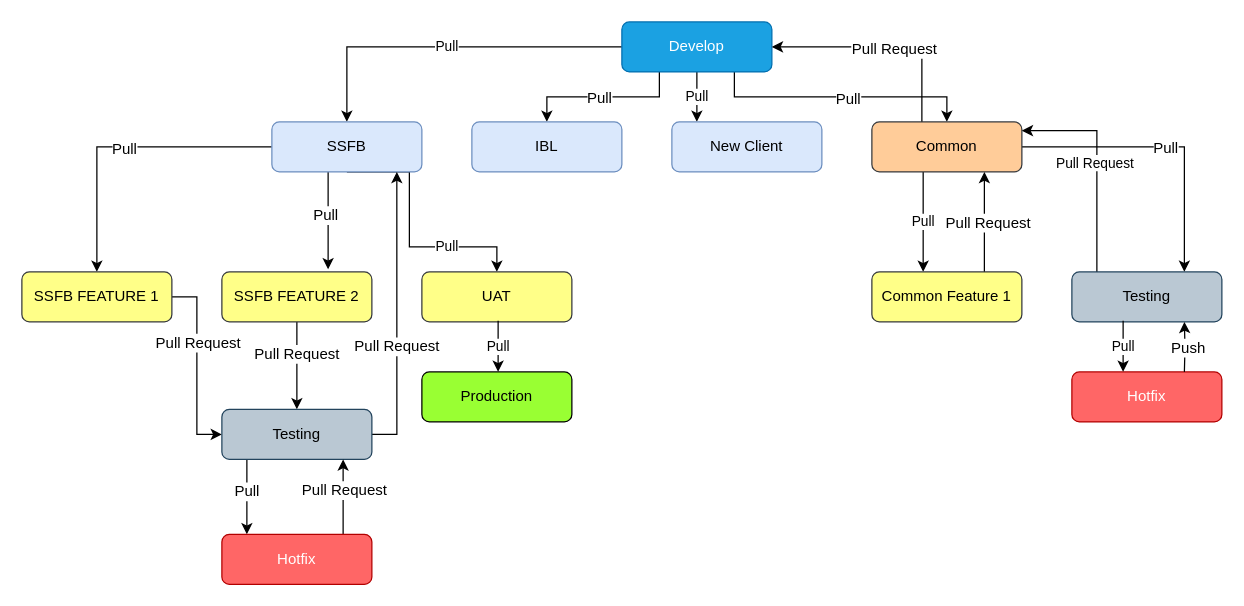
OmprakashAmarwal/Wireframes keeps this draw.io diagram as Git Project Branching.drawio. Above is the earlier version. Source tidied: cells renumbered, new cells numbered last; positions are measured from the earlier drawing's top-left corner, leaving out a move shared by most shapes. Both pictures are drawn from the tidied source at 125%, with x=0, y=0 at pixel (21, 21).
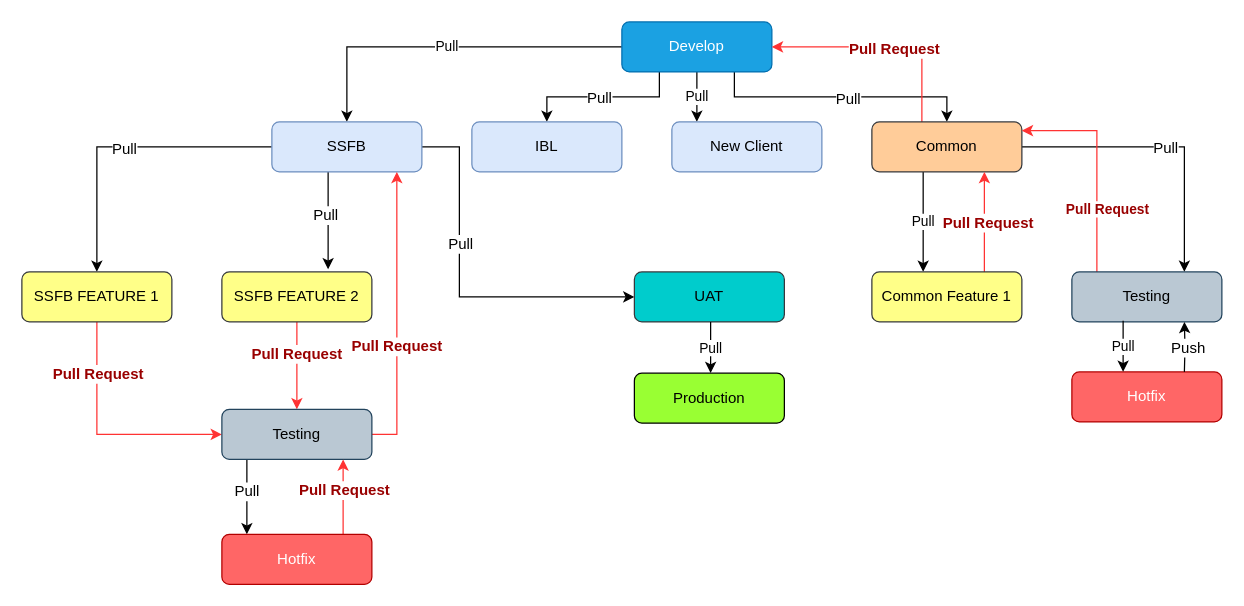
After the change.

The change refers to these unchanged cells:
```xml
<mxCell id="15" value="Common" style="rounded=1;whiteSpace=wrap;html=1;fontSize=12;glass=0;strokeWidth=1;shadow=0;fillColor=#ffcc99;strokeColor=#36393d;" parent="1" vertex="1">
  <mxGeometry x="680" y="80" width="120" height="40" as="geometry" />
</mxCell>
<mxCell id="17" value="Testing" style="rounded=1;whiteSpace=wrap;html=1;fontSize=12;glass=0;strokeWidth=1;shadow=0;fillColor=#bac8d3;strokeColor=#23445d;" parent="1" vertex="1">
  <mxGeometry x="840" y="200" width="120" height="40" as="geometry" />
</mxCell>
<mxCell id="21" value="Common Feature 1" style="rounded=1;whiteSpace=wrap;html=1;fontSize=12;glass=0;strokeWidth=1;shadow=0;fillColor=#ffff88;strokeColor=#36393d;" parent="1" vertex="1">
  <mxGeometry x="680" y="200" width="120" height="40" as="geometry" />
</mxCell>
<mxCell id="29" value="SSFB" style="rounded=1;whiteSpace=wrap;html=1;fontSize=12;glass=0;strokeWidth=1;shadow=0;fillColor=#dae8fc;strokeColor=#6c8ebf;" parent="1" vertex="1">
  <mxGeometry x="200" y="80" width="120" height="40" as="geometry" />
</mxCell>
<mxCell id="32" value="SSFB FEATURE 2" style="rounded=1;whiteSpace=wrap;html=1;fontSize=12;glass=0;strokeWidth=1;shadow=0;fillColor=#ffff88;strokeColor=#36393d;" parent="1" vertex="1">
  <mxGeometry x="160" y="200" width="120" height="40" as="geometry" />
</mxCell>
<mxCell id="36" value="SSFB FEATURE 1" style="rounded=1;whiteSpace=wrap;html=1;fontSize=12;glass=0;strokeWidth=1;shadow=0;fillColor=#ffff88;strokeColor=#36393d;" parent="1" vertex="1">
  <mxGeometry y="200" width="120" height="40" as="geometry" />
</mxCell>
<mxCell id="46" value="Testing" style="rounded=1;whiteSpace=wrap;html=1;fontSize=12;glass=0;strokeWidth=1;shadow=0;fillColor=#bac8d3;strokeColor=#23445d;" parent="1" vertex="1">
  <mxGeometry x="160" y="310" width="120" height="40" as="geometry" />
</mxCell>
```

The edit, as a diff of the source:
```diff
@@
-    <mxCell id="12" style="edgeStyle=orthogonalEdgeStyle;rounded=0;jettySize=auto;html=1;" parent="1" edge="1" source="15">
+    <mxCell id="12" style="edgeStyle=orthogonalEdgeStyle;rounded=0;jettySize=auto;html=1;strokeColor=#FF3333;" parent="1" edge="1" source="15">
       <mxGeometry relative="1" as="geometry">
         <mxPoint x="600" y="20" as="targetPoint" />
         <Array as="points">
           <mxPoint x="720" y="20" />
         </Array>
       </mxGeometry>
     </mxCell>
-    <mxCell id="13" value="Pull Request" style="text;html=1;align=center;verticalAlign=middle;labelBackgroundColor=#ffffff;" parent="12" vertex="1">
+    <mxCell id="13" value="&lt;b&gt;Pull Request&lt;/b&gt;" style="text;html=1;align=center;verticalAlign=middle;labelBackgroundColor=#ffffff;fontColor=#990000;" parent="12" vertex="1">
       <mxGeometry x="-0.34" y="23" relative="1" as="geometry" />
     </mxCell>
@@
-    <mxCell id="16" value="Pull Request&amp;nbsp;" style="edgeStyle=orthogonalEdgeStyle;rounded=0;jettySize=auto;html=1;" parent="1" edge="1" source="17">
-      <mxGeometry relative="1" as="geometry">
+    <mxCell id="16" value="&lt;b&gt;&lt;font color=&quot;#990000&quot;&gt;Pull Request&amp;nbsp;&lt;/font&gt;&lt;/b&gt;" style="edgeStyle=orthogonalEdgeStyle;rounded=0;jettySize=auto;html=1;strokeColor=#FF3333;" parent="1" edge="1" source="17">
+      <mxGeometry x="-0.42" y="-10" relative="1" as="geometry">
         <mxPoint x="800" y="87" as="targetPoint" />
         <Array as="points">
           <mxPoint x="860" y="87" />
         </Array>
       </mxGeometry>
     </mxCell>
@@
-    <mxCell id="19" style="edgeStyle=orthogonalEdgeStyle;rounded=0;jettySize=auto;html=1;exitX=0.75;exitY=0;exitDx=0;exitDy=0;entryX=0.75;entryY=1;entryDx=0;entryDy=0;" parent="1" edge="1" source="21" target="15">
+    <mxCell id="19" style="edgeStyle=orthogonalEdgeStyle;rounded=0;jettySize=auto;html=1;exitX=0.75;exitY=0;exitDx=0;exitDy=0;entryX=0.75;entryY=1;entryDx=0;entryDy=0;strokeColor=#FF3333;" parent="1" edge="1" source="21" target="15">
       <mxGeometry relative="1" as="geometry" />
     </mxCell>
-    <mxCell id="20" value="Pull Request" style="text;html=1;align=center;verticalAlign=middle;labelBackgroundColor=#ffffff;" parent="19" vertex="1">
+    <mxCell id="20" value="&lt;b&gt;&lt;font color=&quot;#990000&quot;&gt;Pull Request&lt;/font&gt;&lt;/b&gt;" style="text;html=1;align=center;verticalAlign=middle;labelBackgroundColor=#ffffff;" parent="19" vertex="1">
       <mxGeometry y="-2" relative="1" as="geometry" />
     </mxCell>
@@
-    <mxCell id="24" value="Pull" style="edgeStyle=orthogonalEdgeStyle;rounded=0;jettySize=auto;html=1;exitX=0.5;exitY=1;exitDx=0;exitDy=0;entryX=0.5;entryY=0;entryDx=0;entryDy=0;" parent="1" edge="1" source="29" target="33">
-      <mxGeometry x="0.4" relative="1" as="geometry">
-        <Array as="points">
-          <mxPoint x="310" y="120" />
-          <mxPoint x="310" y="180" />
-          <mxPoint x="380" y="180" />
-        </Array>
-      </mxGeometry>
-    </mxCell>
@@
+    <mxCell id="50" style="edgeStyle=orthogonalEdgeStyle;rounded=0;jettySize=auto;html=1;entryX=0;entryY=0.5;entryDx=0;entryDy=0;" parent="1" edge="1" source="29" target="33">
+      <mxGeometry relative="1" as="geometry">
+        <Array as="points">
+          <mxPoint x="350" y="100" />
+          <mxPoint x="350" y="220" />
+        </Array>
+      </mxGeometry>
+    </mxCell>
+    <mxCell id="24" value="Pull" style="text;html=1;align=center;verticalAlign=middle;labelBackgroundColor=#ffffff;" parent="50" vertex="1">
+      <mxGeometry x="-0.26" relative="1" as="geometry" />
+    </mxCell>
@@
-    <mxCell id="30" style="edgeStyle=orthogonalEdgeStyle;rounded=0;jettySize=auto;html=1;" parent="1" edge="1" source="32" target="46">
+    <mxCell id="30" style="edgeStyle=orthogonalEdgeStyle;rounded=0;jettySize=auto;html=1;strokeColor=#FF3333;" parent="1" edge="1" source="32" target="46">
       <mxGeometry relative="1" as="geometry" />
     </mxCell>
-    <mxCell id="31" value="Pull Request" style="text;html=1;align=center;verticalAlign=middle;labelBackgroundColor=#ffffff;" parent="30" vertex="1">
+    <mxCell id="31" value="&lt;b&gt;Pull Request&lt;/b&gt;" style="text;html=1;align=center;verticalAlign=middle;labelBackgroundColor=#ffffff;fontColor=#990000;" parent="30" vertex="1">
       <mxGeometry x="-0.28" y="-1" relative="1" as="geometry" />
     </mxCell>
@@
-    <mxCell id="33" value="UAT" style="rounded=1;whiteSpace=wrap;html=1;fontSize=12;glass=0;strokeWidth=1;shadow=0;fillColor=#ffff88;strokeColor=#36393d;" parent="1" vertex="1">
-      <mxGeometry x="320" y="200" width="120" height="40" as="geometry" />
+    <mxCell id="33" value="UAT" style="rounded=1;whiteSpace=wrap;html=1;fontSize=12;glass=0;strokeWidth=1;shadow=0;fillColor=#00CCCC;strokeColor=#36393d;" parent="1" vertex="1">
+      <mxGeometry x="490" y="200" width="120" height="40" as="geometry" />
     </mxCell>
-    <mxCell id="34" style="edgeStyle=orthogonalEdgeStyle;rounded=0;jettySize=auto;html=1;entryX=0;entryY=0.5;entryDx=0;entryDy=0;" parent="1" edge="1" source="36" target="46">
-      <mxGeometry relative="1" as="geometry" />
+    <mxCell id="34" style="edgeStyle=orthogonalEdgeStyle;rounded=0;jettySize=auto;html=1;entryX=0;entryY=0.5;entryDx=0;entryDy=0;strokeColor=#FF3333;" parent="1" edge="1" source="36" target="46">
+      <mxGeometry relative="1" as="geometry">
+        <Array as="points">
+          <mxPoint x="60" y="330" />
+        </Array>
+      </mxGeometry>
     </mxCell>
-    <mxCell id="35" value="Pull Request" style="text;html=1;align=center;verticalAlign=middle;labelBackgroundColor=#ffffff;" parent="34" vertex="1">
-      <mxGeometry x="-0.26" relative="1" as="geometry" />
+    <mxCell id="35" value="&lt;b&gt;Pull Request&lt;/b&gt;" style="text;html=1;align=center;verticalAlign=middle;labelBackgroundColor=#ffffff;fontColor=#990000;" parent="34" vertex="1">
+      <mxGeometry x="-0.26" relative="1" as="geometry">
+        <mxPoint y="-29" as="offset" />
+      </mxGeometry>
     </mxCell>
@@
     <mxCell id="37" value="Production" style="rounded=1;whiteSpace=wrap;html=1;fontSize=12;glass=0;strokeWidth=1;shadow=0;fillColor=#99FF33;" parent="1" vertex="1">
-      <mxGeometry x="320" y="280" width="120" height="40" as="geometry" />
+      <mxGeometry x="490" y="281" width="120" height="40" as="geometry" />
     </mxCell>
@@
     <mxCell id="41" value="Pull" style="edgeStyle=orthogonalEdgeStyle;rounded=0;orthogonalLoop=1;jettySize=auto;html=1;exitX=0.342;exitY=0.975;exitDx=0;exitDy=0;exitPerimeter=0;entryX=0.342;entryY=0;entryDx=0;entryDy=0;entryPerimeter=0;" parent="1" edge="1">
       <mxGeometry relative="1" as="geometry">
-        <mxPoint x="381" y="239" as="sourcePoint" />
-        <mxPoint x="381" y="280" as="targetPoint" />
+        <mxPoint x="551" y="240" as="sourcePoint" />
+        <mxPoint x="551" y="281" as="targetPoint" />
       </mxGeometry>
     </mxCell>
@@
-    <mxCell id="44" style="edgeStyle=orthogonalEdgeStyle;rounded=0;jettySize=auto;html=1;entryX=0.833;entryY=1;entryDx=0;entryDy=0;entryPerimeter=0;" parent="1" edge="1" source="46" target="29">
+    <mxCell id="44" style="edgeStyle=orthogonalEdgeStyle;rounded=0;jettySize=auto;html=1;entryX=0.833;entryY=1;entryDx=0;entryDy=0;entryPerimeter=0;strokeColor=#FF3333;" parent="1" edge="1" source="46" target="29">
       <mxGeometry relative="1" as="geometry">
         <Array as="points">
           <mxPoint x="300" y="330" />
         </Array>
       </mxGeometry>
     </mxCell>
-    <mxCell id="45" value="Pull Request" style="text;html=1;align=center;verticalAlign=middle;labelBackgroundColor=#ffffff;" parent="44" vertex="1">
+    <mxCell id="45" value="&lt;b&gt;Pull Request&lt;/b&gt;" style="text;html=1;align=center;verticalAlign=middle;labelBackgroundColor=#ffffff;fontColor=#990000;" parent="44" vertex="1">
       <mxGeometry x="-0.21" relative="1" as="geometry" />
     </mxCell>
@@
-    <mxCell id="47" style="edgeStyle=orthogonalEdgeStyle;rounded=0;orthogonalLoop=1;jettySize=auto;html=1;" parent="1" edge="1">
+    <mxCell id="47" style="edgeStyle=orthogonalEdgeStyle;rounded=0;orthogonalLoop=1;jettySize=auto;html=1;strokeColor=#FF3333;" parent="1" edge="1">
       <mxGeometry relative="1" as="geometry">
         <mxPoint x="257" y="410" as="sourcePoint" />
         <mxPoint x="257" y="350" as="targetPoint" />
         <Array as="points">
           <mxPoint x="257" y="380" />
           <mxPoint x="257" y="380" />
         </Array>
       </mxGeometry>
     </mxCell>
-    <mxCell id="48" value="Pull Request" style="text;html=1;align=center;verticalAlign=middle;labelBackgroundColor=#ffffff;" parent="47" vertex="1">
+    <mxCell id="48" value="&lt;b&gt;Pull Request&lt;/b&gt;" style="text;html=1;align=center;verticalAlign=middle;labelBackgroundColor=#ffffff;fontColor=#990000;" parent="47" vertex="1">
       <mxGeometry x="0.19" relative="1" as="geometry" />
     </mxCell>
```
